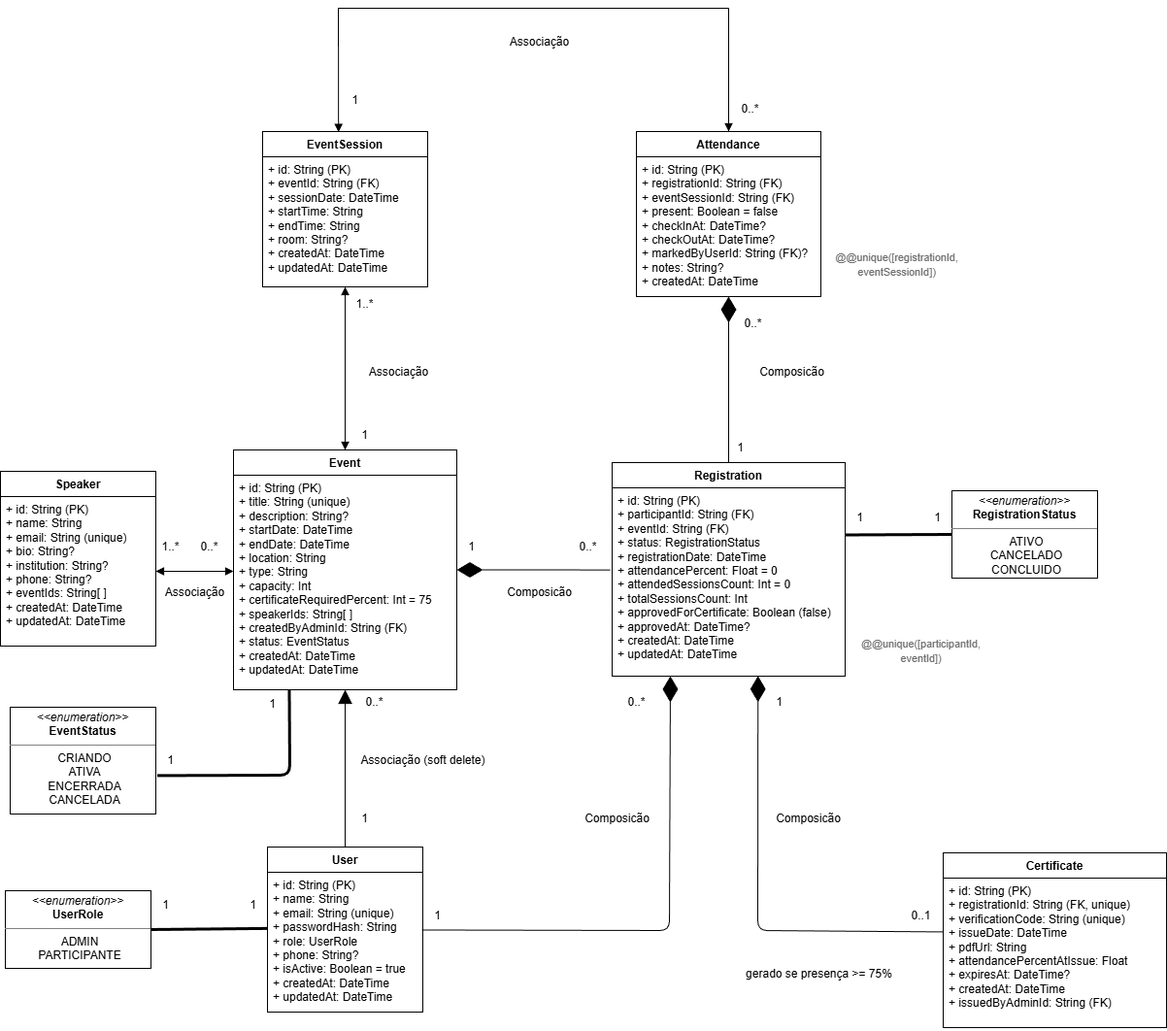
Before: docs/UML-Gerenciamento-Palestras-Revisado.png, a diagram exported from draw.io (FatecFranca/DSM-P3-G07-2026-1). Source tidied: cells renumbered, new cells last; positions are measured from the earlier drawing's top-left corner, leaving out a move shared by most shapes.
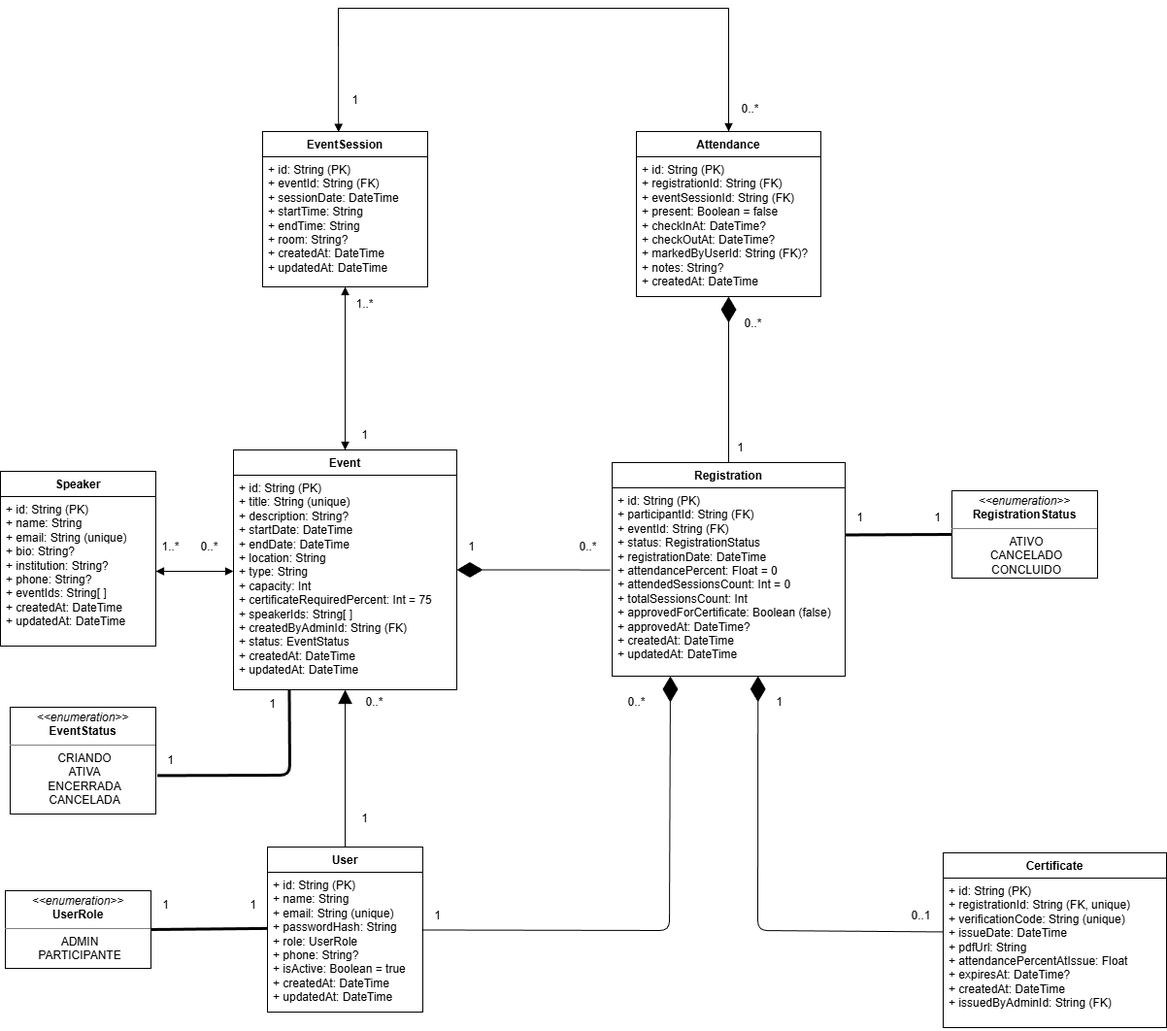
The same file after the commit.

Commit message:
Revoved entity relationships descriptions from UML diagram.

Change to the diagram source:
```diff
@@ -52,9 +52,6 @@
     <mxCell id="17" style="endArrow=block;endFill=1;endSize=12;html=1;exitX=0.5;exitY=0;exitDx=0;exitDy=0;entryX=0.5;entryY=1;entryDx=0;entryDy=0;" parent="1" edge="1" source="6" target="2">
       <mxGeometry relative="1" as="geometry" />
     </mxCell>
-    <mxCell id="18" value="Associação (soft delete)" style="text;html=1;align=center;verticalAlign=middle;strokeColor=none;fillColor=none;" parent="1" vertex="1">
-      <mxGeometry x="390" y="760" width="90" height="30" as="geometry" />
-    </mxCell>
     <mxCell id="19" value="1" style="text;html=1;align=center;verticalAlign=middle;strokeColor=none;fillColor=none;" parent="1" vertex="1">
       <mxGeometry x="360" y="820" width="30" height="30" as="geometry" />
     </mxCell>
@@ -68,9 +65,6 @@
         </Array>
       </mxGeometry>
     </mxCell>
-    <mxCell id="22" value="Composicão" style="text;html=1;align=center;verticalAlign=middle;strokeColor=none;fillColor=none;" parent="1" vertex="1">
-      <mxGeometry x="510" y="587" width="90" height="30" as="geometry" />
-    </mxCell>
     <mxCell id="23" value="1" style="text;html=1;align=center;verticalAlign=middle;strokeColor=none;fillColor=none;" parent="1" vertex="1">
       <mxGeometry x="435" y="920" width="30" height="30" as="geometry" />
     </mxCell>
@@ -110,9 +104,6 @@
     <mxCell id="35" value="0..1" style="text;html=1;align=center;verticalAlign=middle;strokeColor=none;fillColor=none;" parent="1" vertex="1">
       <mxGeometry x="928" y="920" width="40" height="30" as="geometry" />
     </mxCell>
-    <mxCell id="36" value="gerado se presença &amp;gt;= 75%" style="text;html=1;align=center;verticalAlign=middle;strokeColor=none;fillColor=none;" parent="1" vertex="1">
-      <mxGeometry x="758" y="980" width="170" height="30" as="geometry" />
-    </mxCell>
     <mxCell id="37" value="EventSession" style="swimlane;fontStyle=1;align=center;verticalAlign=top;horizontal=1;startSize=26;whiteSpace=wrap;html=1;" parent="1" vertex="1">
       <mxGeometry x="270" y="127" width="170" height="160" as="geometry" />
     </mxCell>
@@ -183,29 +174,5 @@
     <mxCell id="55" value="1" style="text;html=1;align=center;verticalAlign=middle;strokeColor=none;fillColor=none;" parent="1" vertex="1">
       <mxGeometry x="870" y="510" width="30" height="30" as="geometry" />
     </mxCell>
-    <mxCell id="56" value="&lt;span style=&quot;color: rgb(109, 109, 109); font-size: 10.8px; text-align: left; text-wrap-mode: wrap;&quot;&gt;@@unique([registrationId, eventSessionId])&lt;/span&gt;" style="text;html=1;align=center;verticalAlign=middle;strokeColor=none;fillColor=none;" parent="1" vertex="1">
-      <mxGeometry x="808" y="249" width="230" height="30" as="geometry" />
-    </mxCell>
-    <mxCell id="57" value="&lt;span style=&quot;color: rgb(109, 109, 109); font-size: 10.8px; text-align: left; text-wrap-mode: wrap;&quot;&gt;@@unique([participantId, eventId])&lt;/span&gt;" style="text;html=1;align=center;verticalAlign=middle;strokeColor=none;fillColor=none;" parent="1" vertex="1">
-      <mxGeometry x="853" y="646.5" width="190" height="30" as="geometry" />
-    </mxCell>
-    <mxCell id="58" value="Composicão" style="text;html=1;align=center;verticalAlign=middle;strokeColor=none;fillColor=none;" parent="1" vertex="1">
-      <mxGeometry x="787" y="820" width="90" height="30" as="geometry" />
-    </mxCell>
-    <mxCell id="59" value="Composicão" style="text;html=1;align=center;verticalAlign=middle;strokeColor=none;fillColor=none;" parent="1" vertex="1">
-      <mxGeometry x="590" y="820" width="90" height="30" as="geometry" />
-    </mxCell>
-    <mxCell id="60" value="Associação" style="text;html=1;align=center;verticalAlign=middle;strokeColor=none;fillColor=none;" parent="1" vertex="1">
-      <mxGeometry x="370" y="360" width="80" height="30" as="geometry" />
-    </mxCell>
-    <mxCell id="61" value="Associação" style="text;html=1;align=center;verticalAlign=middle;strokeColor=none;fillColor=none;" parent="1" vertex="1">
-      <mxGeometry x="515" y="20" width="80" height="30" as="geometry" />
-    </mxCell>
-    <mxCell id="62" value="Associação" style="text;html=1;align=center;verticalAlign=middle;strokeColor=none;fillColor=none;" parent="1" vertex="1">
-      <mxGeometry x="160" y="587" width="80" height="30" as="geometry" />
-    </mxCell>
-    <mxCell id="63" value="Composicão" style="text;html=1;align=center;verticalAlign=middle;strokeColor=none;fillColor=none;" parent="1" vertex="1">
-      <mxGeometry x="770" y="360" width="90" height="30" as="geometry" />
-    </mxCell>
   </root>
 </mxGraphModel>
```
